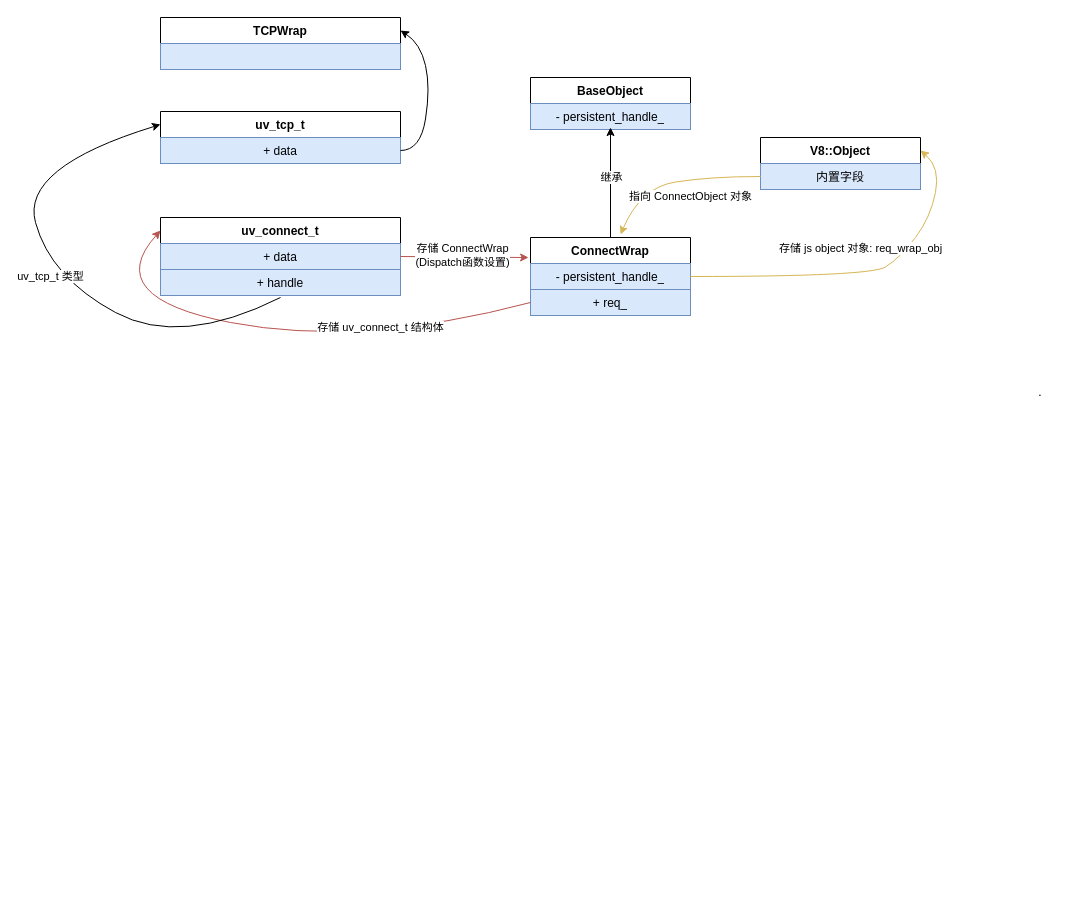
This is node源码/流程图/Node.js中JS、C++层、libuv的交互/ConnectWrap.drawio from sinkhaha/my-study-note, a draw.io file, before an edit. Source tidied: cells renumbered, new cells numbered last; positions are measured from the earlier drawing's top-left corner, leaving out a move shared by most shapes. Both pictures are drawn from the tidied source at 100%, with x=0, y=0 at pixel (20, 17).
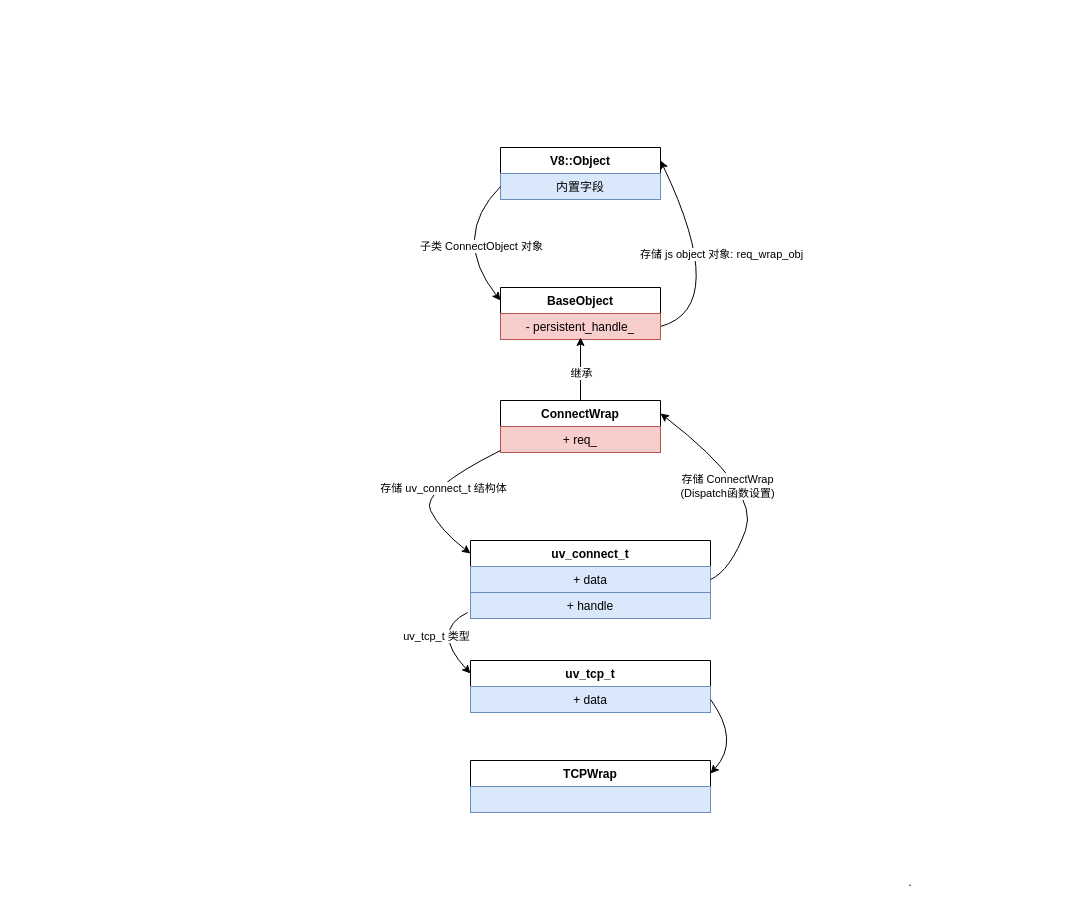
The same page after the edit.

The change refers to these unchanged cells:
```xml
<mxCell id="5" value="内置字段" style="text;strokeColor=#6c8ebf;fillColor=#dae8fc;align=center;verticalAlign=top;spacingLeft=4;spacingRight=4;overflow=hidden;points=[[0,0.5],[1,0.5]];portConstraint=eastwest;whiteSpace=wrap;html=1;" parent="4" vertex="1">
  <mxGeometry y="26" width="160" height="26" as="geometry" />
</mxCell>
```

Diff of the diagram source:
```diff
@@
     <mxCell id="2" value="ConnectWrap" style="swimlane;fontStyle=1;align=center;verticalAlign=top;horizontal=1;startSize=26;whiteSpace=wrap;html=1;" parent="1" vertex="1">
-      <mxGeometry x="510" y="220" width="160" height="52" as="geometry" />
+      <mxGeometry x="480" y="383" width="160" height="52" as="geometry" />
     </mxCell>
-    <mxCell id="3" value="-&amp;nbsp;persistent_handle_" style="text;strokeColor=#6c8ebf;fillColor=#dae8fc;align=center;verticalAlign=top;spacingLeft=4;spacingRight=4;overflow=hidden;whiteSpace=wrap;html=1;" parent="2" vertex="1">
+    <mxCell id="3" value="+ req_" style="text;strokeColor=#b85450;fillColor=#f8cecc;align=center;verticalAlign=top;spacingLeft=4;spacingRight=4;overflow=hidden;whiteSpace=wrap;html=1;" parent="2" vertex="1">
       <mxGeometry y="26" width="160" height="26" as="geometry" />
     </mxCell>
     <mxCell id="4" value="V8::Object" style="swimlane;fontStyle=1;align=center;verticalAlign=top;horizontal=1;startSize=26;whiteSpace=wrap;html=1;" parent="1" vertex="1">
-      <mxGeometry x="740" y="120" width="160" height="52" as="geometry" />
+      <mxGeometry x="480" y="130" width="160" height="52" as="geometry" />
     </mxCell>
@@
-    <mxCell id="6" style="curved=1;endArrow=classic;html=1;rounded=0;entryX=1;entryY=0.25;entryDx=0;entryDy=0;exitX=1;exitY=0.75;exitDx=0;exitDy=0;fillColor=#fff2cc;strokeColor=#d6b656;" parent="1" edge="1" source="2" target="4">
+    <mxCell id="6" style="curved=1;endArrow=classic;html=1;rounded=0;entryX=1;entryY=0.25;entryDx=0;entryDy=0;fillColor=#fff2cc;strokeColor=#000000;exitX=1;exitY=0.75;exitDx=0;exitDy=0;" parent="1" edge="1" source="11" target="4">
       <mxGeometry relative="1" as="geometry">
         <Array as="points">
-          <mxPoint x="850" y="259" />
-          <mxPoint x="880" y="240" />
-          <mxPoint x="910" y="200" />
-          <mxPoint x="920" y="150" />
+          <mxPoint x="710" y="290" />
         </Array>
       </mxGeometry>
     </mxCell>
     <mxCell id="7" value="存储 js object 对象: req_wrap_obj" style="edgeLabel;html=1;align=center;verticalAlign=middle;" parent="6" vertex="1">
       <mxGeometry x="-0.42" y="1" relative="1" as="geometry">
-        <mxPoint x="70" y="-28" as="offset" />
+        <mxPoint x="-5" y="-54" as="offset" />
       </mxGeometry>
     </mxCell>
-    <mxCell id="8" style="curved=1;endArrow=classic;html=1;rounded=0;exitX=0;exitY=0.5;exitDx=0;exitDy=0;entryX=0.563;entryY=-0.058;entryDx=0;entryDy=0;entryPerimeter=0;fillColor=#fff2cc;strokeColor=#d6b656;" parent="1" edge="1" source="5" target="2">
+    <mxCell id="8" style="curved=1;endArrow=classic;html=1;rounded=0;exitX=0;exitY=0.5;exitDx=0;exitDy=0;entryX=0;entryY=0.25;entryDx=0;entryDy=0;fillColor=#fff2cc;strokeColor=#000000;" parent="1" edge="1" source="5" target="11">
       <mxGeometry relative="1" as="geometry">
         <Array as="points">
-          <mxPoint x="690" y="159" />
-          <mxPoint x="620" y="170" />
+          <mxPoint x="430" y="220" />
         </Array>
       </mxGeometry>
     </mxCell>
-    <mxCell id="9" value="指向 ConnectObject 对象" style="edgeLabel;html=1;align=center;verticalAlign=middle;" parent="8" vertex="1">
+    <mxCell id="9" value="子类 ConnectObject 对象" style="edgeLabel;html=1;align=center;verticalAlign=middle;" parent="8" vertex="1">
       <mxGeometry x="-0.16" y="6" relative="1" as="geometry">
-        <mxPoint y="10" as="offset" />
+        <mxPoint x="21" y="10" as="offset" />
       </mxGeometry>
     </mxCell>
     <mxCell id="10" value="." style="text;html=1;strokeColor=none;fillColor=none;align=center;verticalAlign=middle;whiteSpace=wrap;rounded=0;" parent="1" vertex="1">
-      <mxGeometry x="990" y="360" width="60" height="30" as="geometry" />
+      <mxGeometry x="860" y="850" width="60" height="30" as="geometry" />
     </mxCell>
     <mxCell id="11" value="BaseObject" style="swimlane;fontStyle=1;align=center;verticalAlign=top;horizontal=1;startSize=26;whiteSpace=wrap;html=1;" parent="1" vertex="1">
-      <mxGeometry x="510" y="60" width="160" height="52" as="geometry" />
+      <mxGeometry x="480" y="270" width="160" height="52" as="geometry" />
     </mxCell>
-    <mxCell id="12" value="-&amp;nbsp;persistent_handle_" style="text;strokeColor=#6c8ebf;fillColor=#dae8fc;align=center;verticalAlign=top;spacingLeft=4;spacingRight=4;overflow=hidden;whiteSpace=wrap;html=1;" parent="11" vertex="1">
+    <mxCell id="12" value="-&amp;nbsp;persistent_handle_" style="text;strokeColor=#b85450;fillColor=#f8cecc;align=center;verticalAlign=top;spacingLeft=4;spacingRight=4;overflow=hidden;whiteSpace=wrap;html=1;" parent="11" vertex="1">
       <mxGeometry y="26" width="160" height="26" as="geometry" />
     </mxCell>
     <mxCell id="13" style="endArrow=classic;html=1;rounded=0;exitX=0.5;exitY=0;exitDx=0;exitDy=0;" parent="1" edge="1" source="2">
       <mxGeometry relative="1" as="geometry">
-        <mxPoint x="590" y="110" as="targetPoint" />
+        <mxPoint x="560" y="320" as="targetPoint" />
       </mxGeometry>
     </mxCell>
@@
-    <mxCell id="15" value="+ req_" style="text;strokeColor=#6c8ebf;fillColor=#dae8fc;align=center;verticalAlign=top;spacingLeft=4;spacingRight=4;overflow=hidden;points=[[0,0.5],[1,0.5]];portConstraint=eastwest;whiteSpace=wrap;html=1;" parent="1" vertex="1">
-      <mxGeometry x="510" y="272" width="160" height="26" as="geometry" />
-    </mxCell>
     <mxCell id="16" value="uv_connect_t" style="swimlane;fontStyle=1;align=center;verticalAlign=top;horizontal=1;startSize=26;whiteSpace=wrap;html=1;" parent="1" vertex="1">
-      <mxGeometry x="140" y="200" width="240" height="52" as="geometry" />
+      <mxGeometry x="450" y="523" width="240" height="52" as="geometry" />
     </mxCell>
@@
-    <mxCell id="18" value="存储 uv_connect_t 结构体" style="curved=1;endArrow=classic;html=1;rounded=0;exitX=0;exitY=0.5;exitDx=0;exitDy=0;entryX=0;entryY=0.25;entryDx=0;entryDy=0;fillColor=#f8cecc;strokeColor=#b85450;" parent="1" edge="1" source="15" target="16">
-      <mxGeometry x="-0.43" y="-14" relative="1" as="geometry">
+    <mxCell id="18" value="存储 uv_connect_t 结构体" style="curved=1;endArrow=classic;html=1;rounded=0;entryX=0;entryY=0.25;entryDx=0;entryDy=0;fillColor=#f8cecc;strokeColor=#000000;" parent="1" edge="1" target="16">
+      <mxGeometry x="-0.21" y="9" relative="1" as="geometry">
+        <mxPoint x="480" y="433" as="sourcePoint" />
         <Array as="points">
-          <mxPoint x="340" y="330" />
-          <mxPoint x="80" y="280" />
+          <mxPoint x="400" y="473" />
+          <mxPoint x="420" y="513" />
         </Array>
       </mxGeometry>
     </mxCell>
-    <mxCell id="19" style="endArrow=classic;html=1;rounded=0;entryX=-0.012;entryY=0.385;entryDx=0;entryDy=0;exitX=1;exitY=0.75;exitDx=0;exitDy=0;entryPerimeter=0;fillColor=#f8cecc;strokeColor=#b85450;" parent="1" edge="1" source="16" target="2">
-      <mxGeometry relative="1" as="geometry" />
-    </mxCell>
-    <mxCell id="20" value="存储 ConnectWrap&lt;br&gt;(Dispatch函数设置)" style="edgeLabel;html=1;align=center;verticalAlign=middle;" parent="19" vertex="1">
-      <mxGeometry x="-0.05" y="2" relative="1" as="geometry" />
-    </mxCell>
     <mxCell id="21" value="uv_tcp_t" style="swimlane;fontStyle=1;align=center;verticalAlign=top;horizontal=1;startSize=26;whiteSpace=wrap;html=1;" parent="1" vertex="1">
-      <mxGeometry x="140" y="94" width="240" height="52" as="geometry" />
+      <mxGeometry x="450" y="643" width="240" height="52" as="geometry" />
     </mxCell>
@@
     <mxCell id="23" value="+ handle" style="text;strokeColor=#6c8ebf;fillColor=#dae8fc;align=center;verticalAlign=top;spacingLeft=4;spacingRight=4;overflow=hidden;points=[[0,0.5],[1,0.5]];portConstraint=eastwest;whiteSpace=wrap;html=1;" parent="1" vertex="1">
-      <mxGeometry x="140" y="252" width="240" height="26" as="geometry" />
+      <mxGeometry x="450" y="575" width="240" height="26" as="geometry" />
     </mxCell>
-    <mxCell id="24" value="uv_tcp_t 类型" style="curved=1;endArrow=classic;html=1;rounded=0;entryX=0;entryY=0.25;entryDx=0;entryDy=0;" parent="1" edge="1" target="21">
+    <mxCell id="24" value="uv_tcp_t 类型" style="curved=1;endArrow=classic;html=1;rounded=0;entryX=0;entryY=0.25;entryDx=0;entryDy=0;exitX=-0.012;exitY=0.769;exitDx=0;exitDy=0;exitPerimeter=0;" parent="1" edge="1" source="23" target="21">
       <mxGeometry relative="1" as="geometry">
-        <mxPoint x="260" y="280" as="sourcePoint" />
         <Array as="points">
-          <mxPoint x="160" y="330" />
-          <mxPoint x="30" y="260" />
-          <mxPoint y="150" />
+          <mxPoint x="410" y="613" />
         </Array>
       </mxGeometry>
     </mxCell>
     <mxCell id="25" value="TCPWrap" style="swimlane;fontStyle=1;align=center;verticalAlign=top;horizontal=1;startSize=26;whiteSpace=wrap;html=1;" parent="1" vertex="1">
-      <mxGeometry x="140" width="240" height="52" as="geometry" />
+      <mxGeometry x="450" y="743" width="240" height="52" as="geometry" />
     </mxCell>
@@
     <mxCell id="27" style="curved=1;endArrow=classic;html=1;rounded=0;entryX=1;entryY=0.25;entryDx=0;entryDy=0;exitX=1;exitY=0.75;exitDx=0;exitDy=0;" parent="1" edge="1" source="21" target="25">
       <mxGeometry relative="1" as="geometry">
         <Array as="points">
-          <mxPoint x="400" y="133" />
-          <mxPoint x="410" y="70" />
-          <mxPoint x="400" y="26" />
+          <mxPoint x="720" y="723" />
         </Array>
       </mxGeometry>
     </mxCell>
+    <mxCell id="19" style="curved=1;endArrow=classic;html=1;rounded=0;exitX=1;exitY=0.75;exitDx=0;exitDy=0;entryX=1;entryY=0.25;entryDx=0;entryDy=0;" parent="1" edge="1" source="16" target="2">
+      <mxGeometry relative="1" as="geometry">
+        <Array as="points">
+          <mxPoint x="710" y="553" />
+          <mxPoint x="740" y="473" />
+        </Array>
+      </mxGeometry>
+    </mxCell>
+    <mxCell id="20" value="存储 ConnectWrap&lt;br style=&quot;border-color: var(--border-color);&quot;&gt;(Dispatch函数设置)" style="edgeLabel;html=1;align=center;verticalAlign=middle;" parent="19" vertex="1">
+      <mxGeometry x="0.17" y="17" relative="1" as="geometry" />
+    </mxCell>
```
